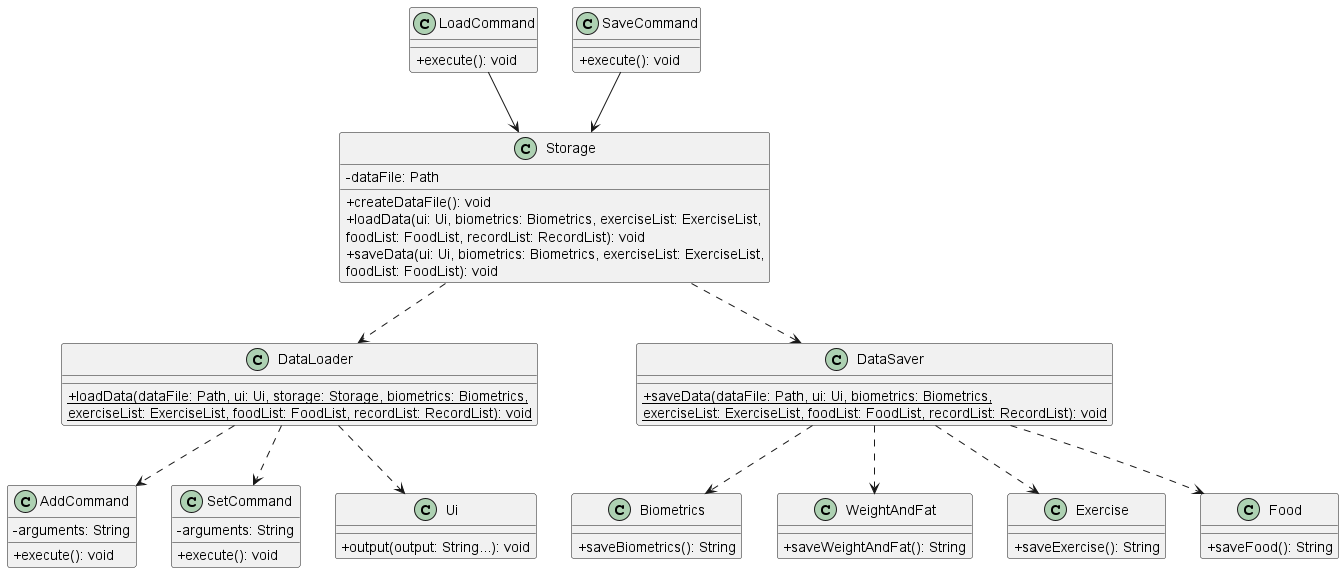
nus-cs2113-AY2223S1/tp keeps this PlantUML diagram as docs/UmlDiagrams/Storage.png. Above is the earlier version. Its diagram source:
```plantuml
@startuml
skinparam classAttributeIconSize 0

class LoadCommand {
+execute(): void
}

class SaveCommand {
+execute(): void
}

class Storage {
-dataFile: Path
+createDataFile(): void
+loadData(ui: Ui, biometrics: Biometrics, exerciseList: ExerciseList,
foodList: FoodList, recordList: RecordList): void
+saveData(ui: Ui, biometrics: Biometrics, exerciseList: ExerciseList,
foodList: FoodList): void
}

class DataLoader {
{static} +loadData(dataFile: Path, ui: Ui, storage: Storage, biometrics: Biometrics,
{static}    exerciseList: ExerciseList, foodList: FoodList, recordList: RecordList): void
}

class DataSaver {
{static} +saveData(dataFile: Path, ui: Ui, biometrics: Biometrics,
{static}    exerciseList: ExerciseList, foodList: FoodList, recordList: RecordList): void
}

class AddCommand {
-arguments: String
+execute(): void
}

class SetCommand {
-arguments: String
+execute(): void
}

class Biometrics {
+saveBiometrics(): String
}

class WeightAndFat {
+saveWeightAndFat(): String
}

class Exercise {
+saveExercise(): String
}

class Food {
+saveFood(): String
}

class Ui {
+output(output: String...): void
}

LoadCommand --> Storage
SaveCommand --> Storage
Storage ..> DataLoader
Storage ..> DataSaver
DataLoader ..> Ui
DataLoader ..> AddCommand
DataLoader ..> SetCommand
DataSaver ..> Biometrics
DataSaver ..> WeightAndFat
DataSaver ..> Exercise
DataSaver ..> Food
@enduml
```
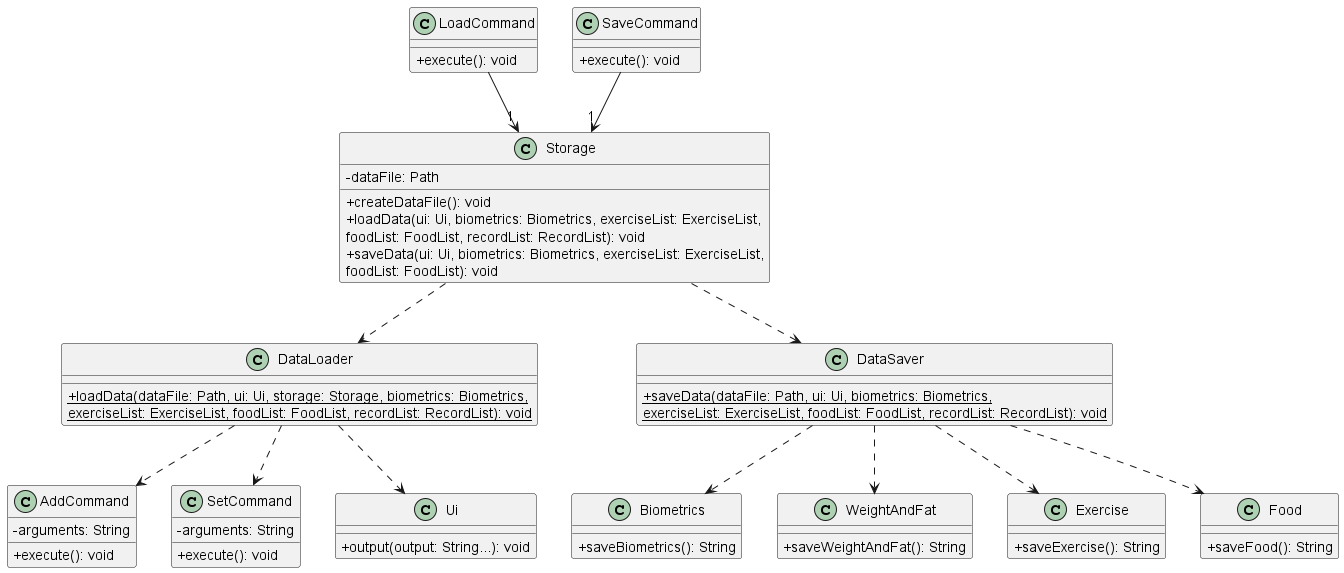
Later version of the same file.

The edit, as a diff of the source:
```diff
@@ -58,8 +58,8 @@
 +output(output: String...): void
 }
 
-LoadCommand --> Storage
-SaveCommand --> Storage
+LoadCommand --> "1"Storage
+SaveCommand --> "1"Storage
 Storage ..> DataLoader
 Storage ..> DataSaver
 DataLoader ..> Ui
```
